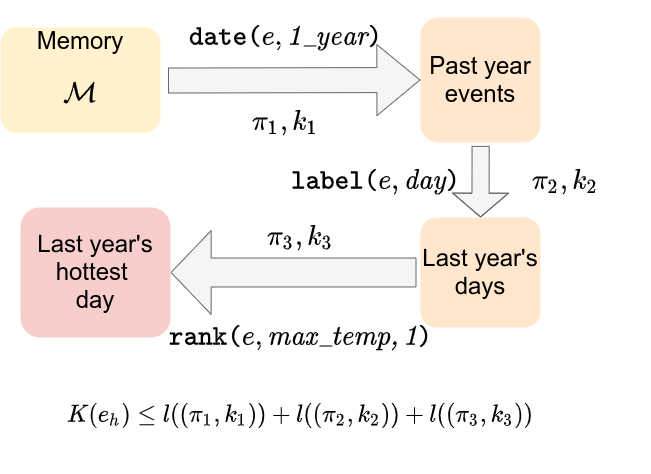
The draw.io diagram figures/filters.png in EtienneHouze/abduction_paper, before a commit. Source tidied: cells renumbered, new cells last; positions are measured from the earlier drawing's top-left corner, leaving out a move shared by most shapes.
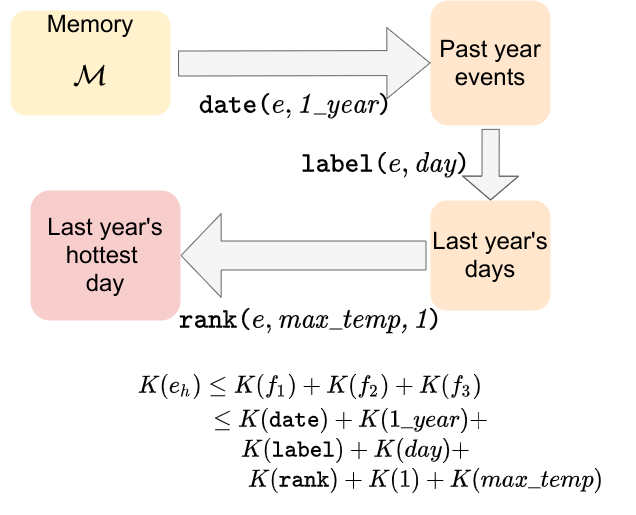
The same diagram one commit later.

What changed in the source:
```diff
@@ -21,18 +21,9 @@
     <mxCell id="6" value="&lt;span style=&quot;font-size: 24px&quot;&gt;Past year&lt;br&gt;events&lt;br&gt;&lt;/span&gt;" style="rounded=1;whiteSpace=wrap;html=1;fillColor=#ffe6cc;strokeColor=none;" parent="1" vertex="1">
       <mxGeometry x="420" width="120" height="125" as="geometry" />
     </mxCell>
-    <mxCell id="7" value="&lt;font style=&quot;font-size: 20px&quot;&gt;$$K(e_h) \leq l((\pi_1, k_1)) + l((\pi_2, k_2)) + l((\pi_3, k_3))$$&amp;nbsp;&lt;/font&gt;" style="text;html=1;strokeColor=none;fillColor=none;align=center;verticalAlign=middle;whiteSpace=wrap;rounded=0;labelBackgroundColor=none;" parent="1" vertex="1">
+    <mxCell id="7" value="&lt;font style=&quot;font-size: 20px&quot;&gt;$$K(e_h) \leq K(f_1) + K(f_2) + K(f_3)$$&lt;br&gt;&amp;nbsp;&lt;/font&gt;" style="text;html=1;strokeColor=none;fillColor=none;align=center;verticalAlign=middle;whiteSpace=wrap;rounded=0;labelBackgroundColor=none;" parent="1" vertex="1">
       <mxGeometry x="70" y="400" width="460" height="20" as="geometry" />
     </mxCell>
-    <mxCell id="8" value="&lt;font size=&quot;1&quot;&gt;&lt;i style=&quot;font-size: 23px&quot;&gt;$$\pi_1, k_1$$&lt;/i&gt;&lt;/font&gt;" style="text;html=1;align=center;verticalAlign=middle;strokeColor=none;" parent="1" vertex="1">
-      <mxGeometry x="200" y="95" width="170" height="20" as="geometry" />
-    </mxCell>
-    <mxCell id="9" value="&lt;i&gt;&lt;font style=&quot;font-size: 23px&quot;&gt;$$\pi_2, k_2$$&lt;/font&gt;&lt;/i&gt;" style="text;html=1;align=center;verticalAlign=middle;strokeColor=none;" parent="1" vertex="1">
-      <mxGeometry x="480" y="153.8" width="170" height="20" as="geometry" />
-    </mxCell>
-    <mxCell id="10" value="&lt;i&gt;&lt;font style=&quot;font-size: 23px&quot;&gt;$$\pi_3, k_3$$&lt;/font&gt;&lt;/i&gt;" style="text;html=1;align=center;verticalAlign=middle;strokeColor=none;" parent="1" vertex="1">
-      <mxGeometry x="215" y="210" width="170" height="20" as="geometry" />
-    </mxCell>
     <mxCell id="11" style="shape=flexArrow;endArrow=classic;html=1;exitX=1.047;exitY=0.505;exitDx=0;exitDy=0;exitPerimeter=0;entryX=0;entryY=0.5;entryDx=0;entryDy=0;endWidth=45;endSize=14.04;width=25;fillColor=#f5f5f5;strokeColor=#666666;" parent="1" edge="1" source="2" target="6">
       <mxGeometry relative="1" as="geometry" />
     </mxCell>
@@ -40,7 +31,7 @@
       <mxGeometry x="150" y="153.8" width="450" height="20" as="geometry" />
     </mxCell>
     <mxCell id="13" value="&lt;span style=&quot;font-size: 23px&quot;&gt;$$\mathtt{date(}e, \mathit{1\_year}\mathtt{)}$$&lt;/span&gt;" style="text;html=1;align=center;verticalAlign=middle;strokeColor=none;" parent="1" vertex="1">
-      <mxGeometry x="40" y="10" width="490" height="20" as="geometry" />
+      <mxGeometry x="40" y="95" width="490" height="20" as="geometry" />
     </mxCell>
     <mxCell id="14" value="&lt;font style=&quot;font-size: 24px&quot;&gt;Last year's&lt;br&gt;hottest&amp;nbsp;&lt;br&gt;day&lt;br&gt;&lt;/font&gt;" style="rounded=1;whiteSpace=wrap;html=1;fillColor=#f8cecc;strokeColor=none;" parent="1" vertex="1">
       <mxGeometry x="20" y="190" width="150" height="130" as="geometry" />
@@ -48,5 +39,14 @@
     <mxCell id="15" value="&lt;span style=&quot;font-size: 23px&quot;&gt;$$\mathtt{rank(}e, \mathit{max\_temp,1}\mathtt{)}$$&lt;/span&gt;" style="text;html=1;align=center;verticalAlign=middle;strokeColor=none;" parent="1" vertex="1">
       <mxGeometry x="30" y="310" width="540" height="20" as="geometry" />
     </mxCell>
+    <mxCell id="16" value="&lt;span style=&quot;font-size: 20px&quot;&gt;$$ \leq K(\mathtt{date}) + K(1\_year) + $$&lt;/span&gt;" style="text;html=1;align=center;verticalAlign=middle;strokeColor=none;" parent="1" vertex="1">
+      <mxGeometry x="150" y="410" width="380" height="20" as="geometry" />
+    </mxCell>
+    <mxCell id="17" value="&lt;span style=&quot;font-size: 20px&quot;&gt;$$ K(\mathtt{label}) + K(day) +$$&lt;/span&gt;" style="text;html=1;align=center;verticalAlign=middle;strokeColor=none;" parent="1" vertex="1">
+      <mxGeometry x="190" y="440" width="310" height="20" as="geometry" />
+    </mxCell>
+    <mxCell id="18" value="&lt;span style=&quot;font-size: 20px&quot;&gt;$$ K(\mathtt{rank}) + K(1) + K(max\_temp) $$&lt;/span&gt;" style="text;html=1;align=center;verticalAlign=middle;strokeColor=none;" parent="1" vertex="1">
+      <mxGeometry x="205" y="470" width="420" height="20" as="geometry" />
+    </mxCell>
   </root>
 </mxGraphModel>
```
